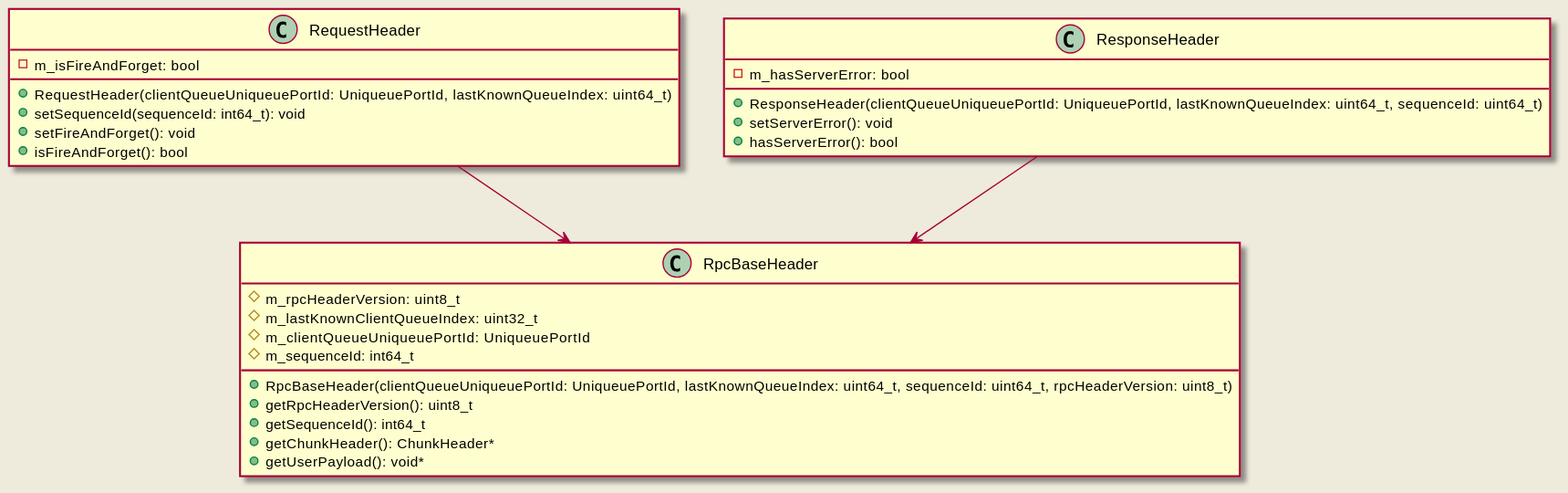
Earlier version of the PlantUML export doc/design/diagrams/request_response/request_response_header.svg (eclipse-iceoryx/iceoryx). Its source is kept beside it as doc/design/diagrams/request_response/request_response_header.puml.
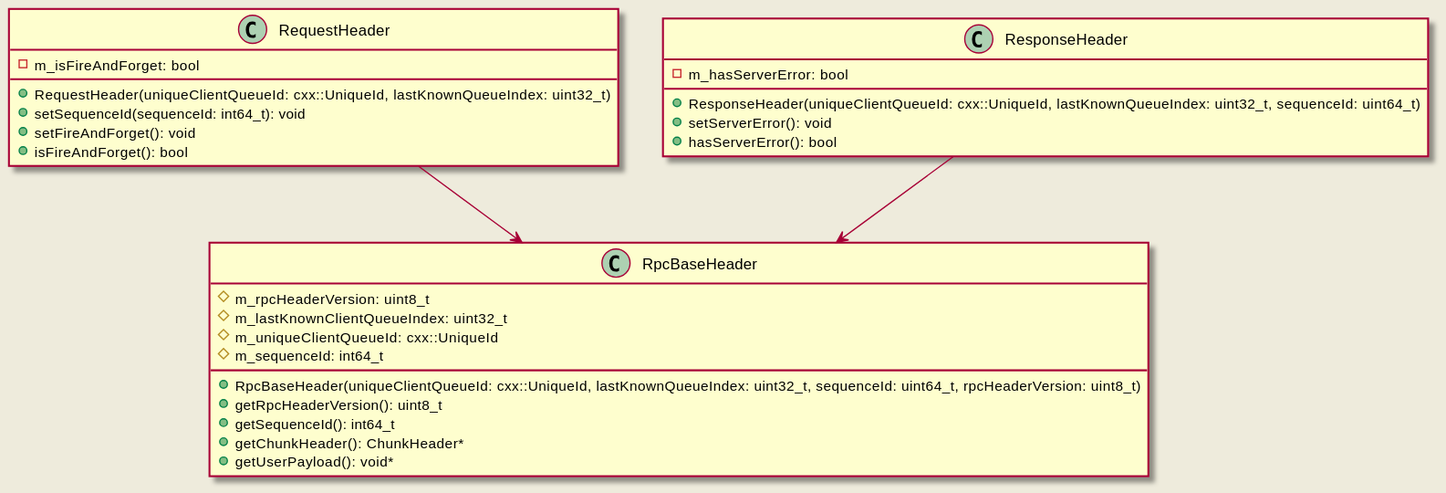
After the change.

Commit message:
iox-#27 Use cxx::UniqueId in RpcHeader

Change to the diagram source:
```diff
@@ -1,19 +1,19 @@
 @startuml
 
 class RpcBaseHeader {
-  + RpcBaseHeader(clientQueueUniqueuePortId: UniqueuePortId, lastKnownQueueIndex: uint64_t, sequenceId: uint64_t, rpcHeaderVersion: uint8_t)
+  + RpcBaseHeader(uniqueClientQueueId: cxx::UniqueId, lastKnownQueueIndex: uint32_t, sequenceId: uint64_t, rpcHeaderVersion: uint8_t)
   + getRpcHeaderVersion(): uint8_t
   + getSequenceId(): int64_t
   + getChunkHeader(): ChunkHeader*
   + getUserPayload(): void*
   # m_rpcHeaderVersion: uint8_t
   # m_lastKnownClientQueueIndex: uint32_t
-  # m_clientQueueUniqueuePortId: UniqueuePortId
+  # m_uniqueClientQueueId: cxx::UniqueId
   # m_sequenceId: int64_t
 }
 
 class RequestHeader {
-  + RequestHeader(clientQueueUniqueuePortId: UniqueuePortId, lastKnownQueueIndex: uint64_t)
+  + RequestHeader(uniqueClientQueueId: cxx::UniqueId, lastKnownQueueIndex: uint32_t)
   + setSequenceId(sequenceId: int64_t): void
   + setFireAndForget(): void
   + isFireAndForget(): bool
@@ -21,7 +21,7 @@
 }
 
 class ResponseHeader {
-  + ResponseHeader(clientQueueUniqueuePortId: UniqueuePortId, lastKnownQueueIndex: uint64_t, sequenceId: uint64_t)
+  + ResponseHeader(uniqueClientQueueId: cxx::UniqueId, lastKnownQueueIndex: uint32_t, sequenceId: uint64_t)
   + setServerError(): void
   + hasServerError(): bool
   - m_hasServerError: bool
```
